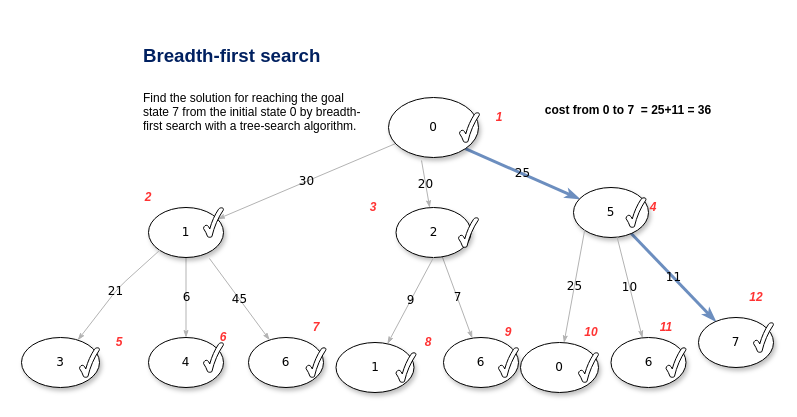
The draw.io diagram Assigment2/bfs1.drawio in EiderDiaz/IntelligentSystems_Assigments, before the edit. Source tidied: cells renumbered, new cells numbered last; positions are measured from the earlier drawing's top-left corner, leaving out a move shared by most shapes. Both pictures are drawn from the tidied source at 100%, with x=0, y=0 at pixel (21, 27).
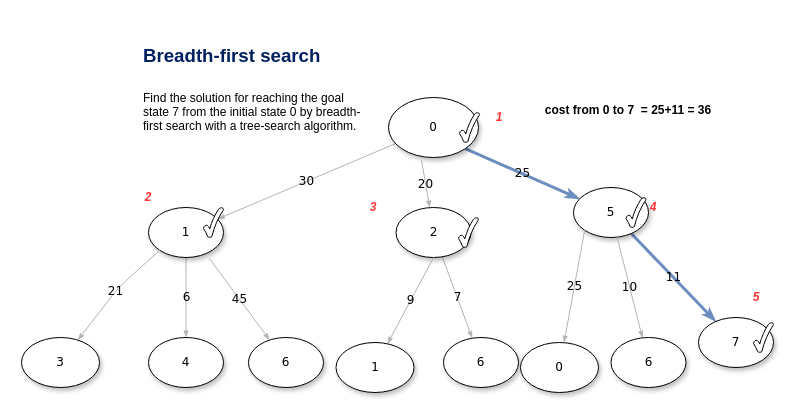
Above is the later version.

Commit message:
[Update] bfs1.drawio - se validan los hijos cuando se expanden

Diff of the diagram source:
```diff
@@
-    <mxCell id="25" value="&lt;b&gt;&lt;i&gt;&lt;font color=&quot;#ff3333&quot;&gt;5&lt;/font&gt;&lt;/i&gt;&lt;/b&gt;" style="text;html=1;strokeColor=none;fillColor=none;align=center;verticalAlign=middle;whiteSpace=wrap;rounded=0;" parent="1" vertex="1">
-      <mxGeometry x="78" y="305" width="40" height="20" as="geometry" />
-    </mxCell>
-    <mxCell id="26" value="&lt;b&gt;&lt;i&gt;&lt;font color=&quot;#ff3333&quot;&gt;6&lt;/font&gt;&lt;/i&gt;&lt;/b&gt;" style="text;html=1;strokeColor=none;fillColor=none;align=center;verticalAlign=middle;whiteSpace=wrap;rounded=0;" parent="1" vertex="1">
-      <mxGeometry x="182" y="300" width="40" height="20" as="geometry" />
-    </mxCell>
-    <mxCell id="27" value="&lt;b&gt;&lt;i&gt;&lt;font color=&quot;#ff3333&quot;&gt;7&lt;/font&gt;&lt;/i&gt;&lt;/b&gt;" style="text;html=1;strokeColor=none;fillColor=none;align=center;verticalAlign=middle;whiteSpace=wrap;rounded=0;" parent="1" vertex="1">
-      <mxGeometry x="274.5" y="290" width="40" height="20" as="geometry" />
-    </mxCell>
@@
-    <mxCell id="30" value="&lt;b&gt;&lt;i&gt;&lt;font color=&quot;#ff3333&quot;&gt;8&lt;/font&gt;&lt;/i&gt;&lt;/b&gt;" style="text;html=1;strokeColor=none;fillColor=none;align=center;verticalAlign=middle;whiteSpace=wrap;rounded=0;" parent="1" vertex="1">
-      <mxGeometry x="387" y="305" width="40" height="20" as="geometry" />
-    </mxCell>
-    <mxCell id="31" value="&lt;b&gt;&lt;i&gt;&lt;font color=&quot;#ff3333&quot;&gt;9&lt;/font&gt;&lt;/i&gt;&lt;/b&gt;" style="text;html=1;strokeColor=none;fillColor=none;align=center;verticalAlign=middle;whiteSpace=wrap;rounded=0;" parent="1" vertex="1">
-      <mxGeometry x="467" y="295" width="40" height="20" as="geometry" />
-    </mxCell>
@@
-    <mxCell id="36" value="&lt;b&gt;&lt;i&gt;&lt;font color=&quot;#ff3333&quot;&gt;10&lt;/font&gt;&lt;/i&gt;&lt;/b&gt;" style="text;html=1;strokeColor=none;fillColor=none;align=center;verticalAlign=middle;whiteSpace=wrap;rounded=0;" parent="1" vertex="1">
-      <mxGeometry x="549.5" y="295" width="40" height="20" as="geometry" />
-    </mxCell>
-    <mxCell id="37" value="&lt;b&gt;&lt;i&gt;&lt;font color=&quot;#ff3333&quot;&gt;11&lt;/font&gt;&lt;/i&gt;&lt;/b&gt;" style="text;html=1;strokeColor=none;fillColor=none;align=center;verticalAlign=middle;whiteSpace=wrap;rounded=0;" parent="1" vertex="1">
-      <mxGeometry x="624.5" y="290" width="40" height="20" as="geometry" />
-    </mxCell>
-    <mxCell id="38" value="&lt;b&gt;&lt;i&gt;&lt;font color=&quot;#ff3333&quot;&gt;12&lt;/font&gt;&lt;/i&gt;&lt;/b&gt;" style="text;html=1;strokeColor=none;fillColor=none;align=center;verticalAlign=middle;whiteSpace=wrap;rounded=0;" parent="1" vertex="1">
+    <mxCell id="38" value="&lt;b&gt;&lt;i&gt;&lt;font color=&quot;#ff3333&quot;&gt;5&lt;/font&gt;&lt;/i&gt;&lt;/b&gt;" style="text;html=1;strokeColor=none;fillColor=none;align=center;verticalAlign=middle;whiteSpace=wrap;rounded=0;" parent="1" vertex="1">
       <mxGeometry x="714.5" y="260" width="40" height="20" as="geometry" />
     </mxCell>
@@
-    <mxCell id="43" style="verticalLabelPosition=bottom;verticalAlign=top;html=1;shape=mxgraph.basic.tick;labelBackgroundColor=none;fontColor=none;" parent="1" vertex="1">
-      <mxGeometry x="644.5" y="320" width="20" height="30" as="geometry" />
-    </mxCell>
-    <mxCell id="44" style="verticalLabelPosition=bottom;verticalAlign=top;html=1;shape=mxgraph.basic.tick;labelBackgroundColor=none;fontColor=none;" parent="1" vertex="1">
-      <mxGeometry x="477" y="320" width="20" height="30" as="geometry" />
-    </mxCell>
-    <mxCell id="45" style="verticalLabelPosition=bottom;verticalAlign=top;html=1;shape=mxgraph.basic.tick;labelBackgroundColor=none;fontColor=none;" parent="1" vertex="1">
-      <mxGeometry x="557" y="325" width="20" height="30" as="geometry" />
-    </mxCell>
-    <mxCell id="46" style="verticalLabelPosition=bottom;verticalAlign=top;html=1;shape=mxgraph.basic.tick;labelBackgroundColor=none;fontColor=none;" parent="1" vertex="1">
-      <mxGeometry x="374.5" y="325" width="20" height="30" as="geometry" />
-    </mxCell>
-    <mxCell id="47" style="verticalLabelPosition=bottom;verticalAlign=top;html=1;shape=mxgraph.basic.tick;labelBackgroundColor=none;fontColor=none;" parent="1" vertex="1">
-      <mxGeometry x="284.5" y="320" width="20" height="30" as="geometry" />
-    </mxCell>
-    <mxCell id="48" style="verticalLabelPosition=bottom;verticalAlign=top;html=1;shape=mxgraph.basic.tick;labelBackgroundColor=none;fontColor=none;" parent="1" vertex="1">
-      <mxGeometry x="58" y="320" width="20" height="30" as="geometry" />
-    </mxCell>
-    <mxCell id="49" style="verticalLabelPosition=bottom;verticalAlign=top;html=1;shape=mxgraph.basic.tick;labelBackgroundColor=none;fontColor=none;" parent="1" vertex="1">
-      <mxGeometry x="182" y="315" width="20" height="30" as="geometry" />
-    </mxCell>
```
